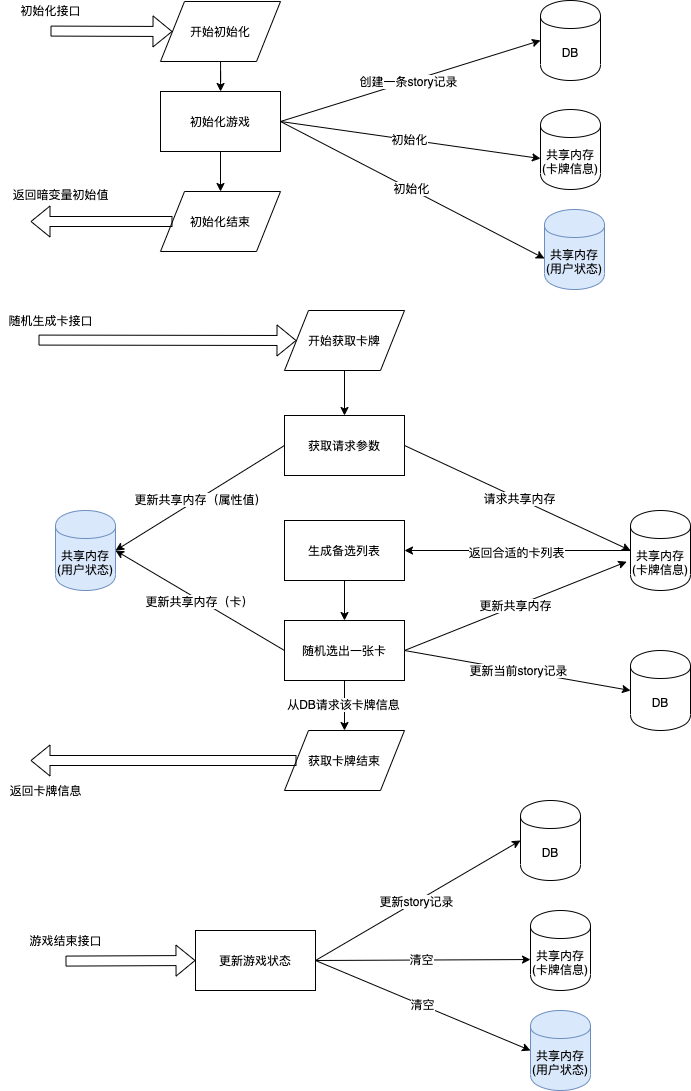
ParallelWorldProject/minigame-antivirus keeps this draw.io diagram as doc/minigame-后台.png. Above is the earlier version. Source tidied: cells renumbered, new cells last; positions are measured from the earlier drawing's top-left corner, leaving out a move shared by most shapes.
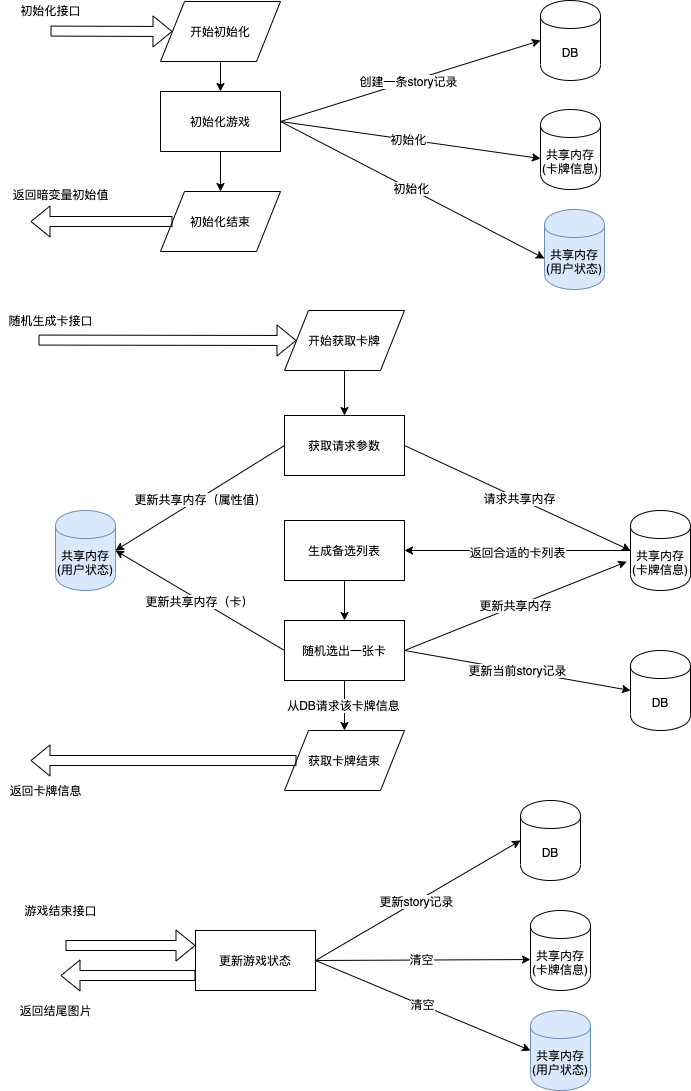
Above is the later version.

Commit message:
1. 更新接口closegame的逻辑和返回字段 2. 更新story表，增加endingid字段

What changed in the source:
```diff
@@ -117,13 +117,13 @@
     <mxCell id="38" value="清空" style="edgeLabel;html=1;align=center;verticalAlign=middle;" parent="37" vertex="1">
       <mxGeometry x="-0.02" y="1" relative="1" as="geometry" />
     </mxCell>
-    <mxCell id="39" style="shape=flexArrow;endArrow=classic;html=1;entryX=0;entryY=0.5;entryDx=0;entryDy=0;" parent="1" edge="1" target="35">
+    <mxCell id="39" style="shape=flexArrow;endArrow=classic;html=1;entryX=0;entryY=0.25;entryDx=0;entryDy=0;" parent="1" edge="1" target="35">
       <mxGeometry relative="1" as="geometry">
-        <mxPoint x="65" y="960.6" as="sourcePoint" />
+        <mxPoint x="65" y="945" as="sourcePoint" />
       </mxGeometry>
     </mxCell>
     <mxCell id="40" value="游戏结束接口" style="text;html=1;align=center;verticalAlign=middle;" parent="1" vertex="1">
-      <mxGeometry x="20" y="930" width="90" height="20" as="geometry" />
+      <mxGeometry x="15" y="900" width="90" height="20" as="geometry" />
     </mxCell>
     <mxCell id="41" style="shape=flexArrow;endArrow=classic;html=1;exitX=0;exitY=0.5;exitDx=0;exitDy=0;" parent="1" edge="1" source="12">
       <mxGeometry relative="1" as="geometry">
@@ -180,5 +180,13 @@
     <mxCell id="57" value="更新共享内存（卡）" style="edgeLabel;html=1;align=center;verticalAlign=middle;" parent="56" vertex="1">
       <mxGeometry x="0.01" y="1" relative="1" as="geometry" />
     </mxCell>
+    <mxCell id="58" style="shape=flexArrow;endArrow=classic;html=1;exitX=0;exitY=0.75;exitDx=0;exitDy=0;" parent="1" edge="1" source="35">
+      <mxGeometry relative="1" as="geometry">
+        <mxPoint x="60" y="975" as="targetPoint" />
+      </mxGeometry>
+    </mxCell>
+    <mxCell id="59" value="返回结尾图片" style="text;html=1;align=center;verticalAlign=middle;" parent="1" vertex="1">
+      <mxGeometry x="10" y="1000" width="90" height="20" as="geometry" />
+    </mxCell>
   </root>
 </mxGraphModel>
```
